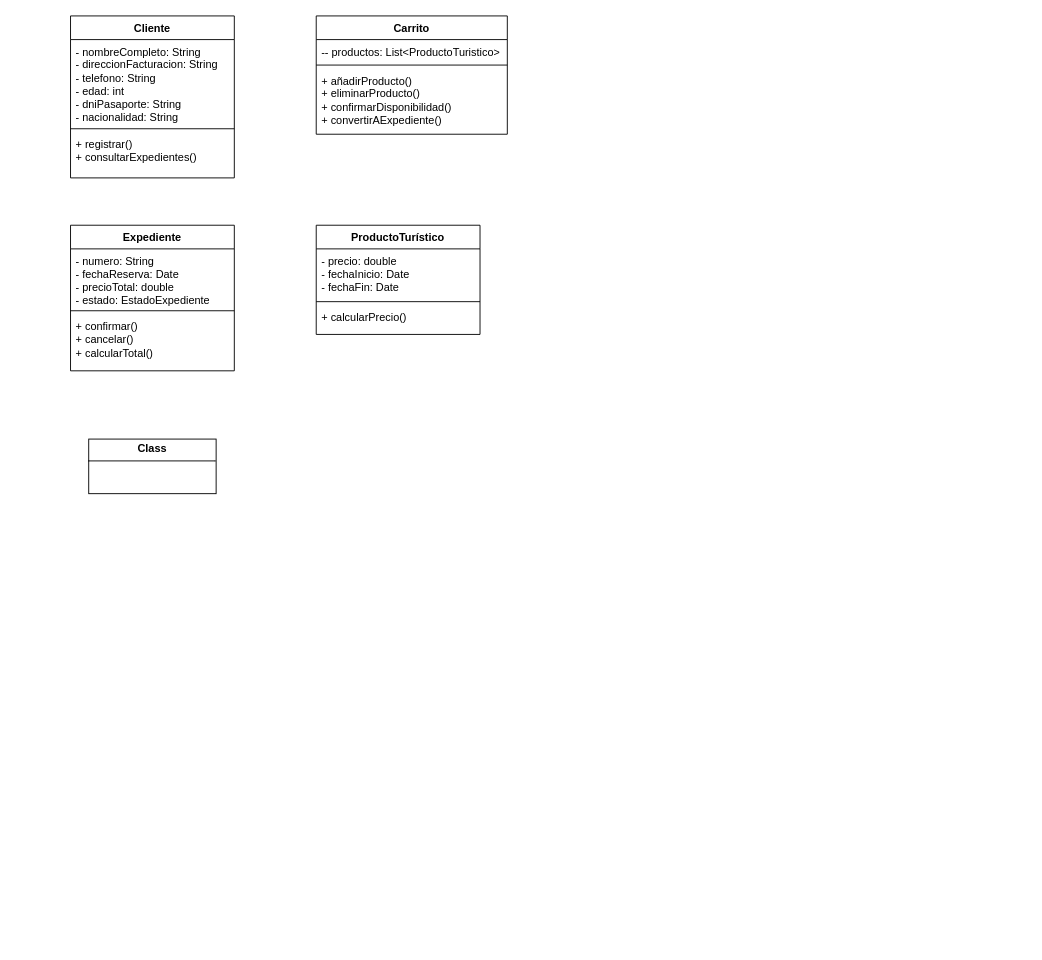
Earlier version of the draw.io diagram DiagramaClase.drawio (JavierIbarra25/Diseno-Orientado-a-Objetos). Source tidied: cells renumbered, new cells numbered last; positions are measured from the earlier drawing's top-left corner, leaving out a move shared by most shapes. Both pictures are drawn from the tidied source at 91%, with x=0, y=0 at pixel (70, 15).
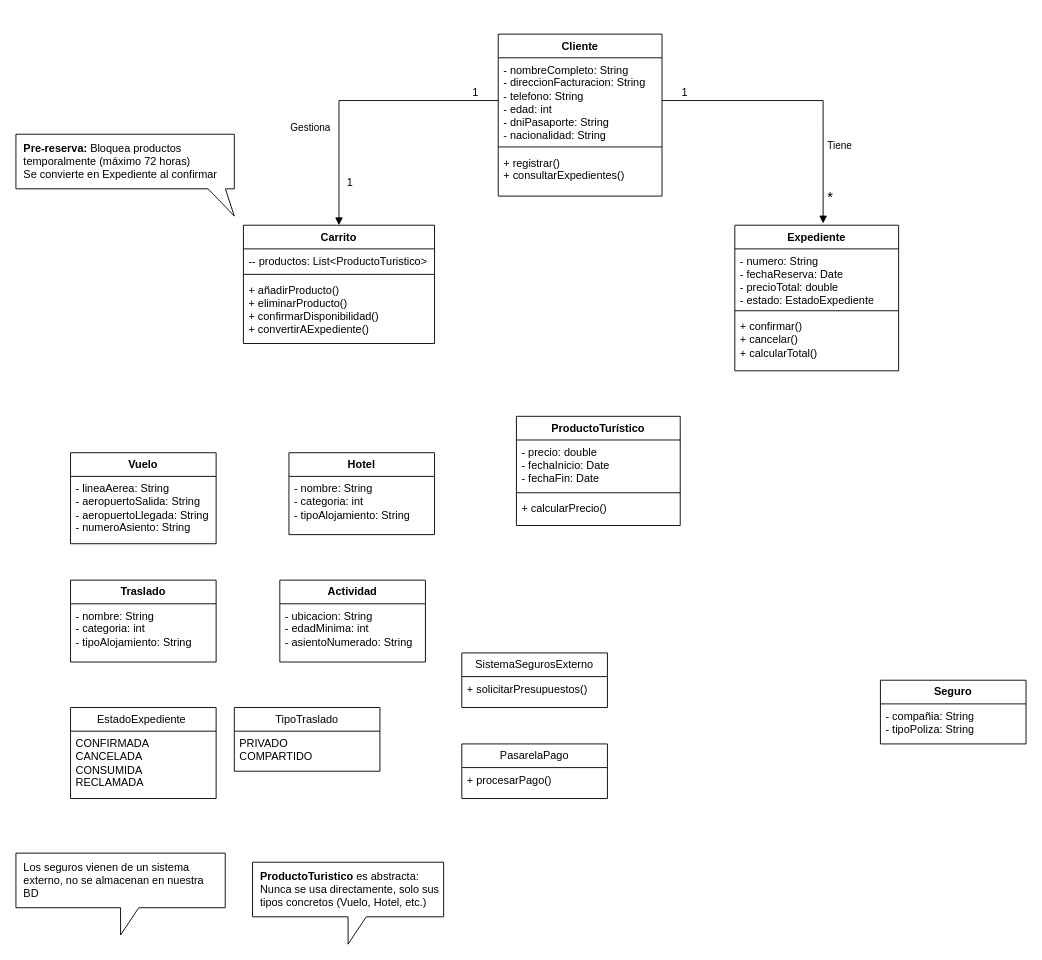
After the change.

The change refers to these unchanged cells:
```xml
<mxCell id="3" value="&lt;div&gt;- nombreCompleto: String&lt;/div&gt;&lt;div&gt;- direccionFacturacion: String&lt;/div&gt;&lt;div&gt;&lt;span style=&quot;background-color: transparent; color: light-dark(rgb(0, 0, 0), rgb(255, 255, 255));&quot;&gt;- telefono: String&lt;/span&gt;&lt;/div&gt;&lt;div&gt;- edad: int&lt;/div&gt;&lt;div&gt;&lt;span style=&quot;background-color: transparent; color: light-dark(rgb(0, 0, 0), rgb(255, 255, 255));&quot;&gt;- dniPasaporte: String&lt;/span&gt;&lt;/div&gt;&lt;div&gt;- nacionalidad: String&lt;br&gt;&lt;/div&gt;" style="text;strokeColor=none;fillColor=none;align=left;verticalAlign=top;spacingLeft=4;spacingRight=4;overflow=hidden;points=[[0,0.5],[1,0.5]];portConstraint=eastwest;whiteSpace=wrap;html=1;" parent="2" vertex="1">
  <mxGeometry y="26" width="180" height="94" as="geometry" />
</mxCell>
```

Change to the diagram source:
```diff
@@
     <mxCell id="2" value="Cliente" style="swimlane;fontStyle=1;align=center;verticalAlign=top;horizontal=1;startSize=26;whiteSpace=wrap;html=1;" parent="1" vertex="1">
-      <mxGeometry width="180" height="178" as="geometry" />
+      <mxGeometry x="470" y="20" width="180" height="178" as="geometry" />
     </mxCell>
@@
     <mxCell id="6" value="Carrito" style="swimlane;fontStyle=1;align=center;verticalAlign=top;horizontal=1;startSize=26;whiteSpace=wrap;html=1;" parent="1" vertex="1">
-      <mxGeometry x="270" width="210" height="130" as="geometry" />
+      <mxGeometry x="190" y="230" width="210" height="130" as="geometry" />
     </mxCell>
@@
     <mxCell id="10" value="Expediente" style="swimlane;fontStyle=1;align=center;verticalAlign=top;horizontal=1;startSize=26;whiteSpace=wrap;html=1;" parent="1" vertex="1">
-      <mxGeometry y="230" width="180" height="160" as="geometry" />
+      <mxGeometry x="730" y="230" width="180" height="160" as="geometry" />
     </mxCell>
@@
     <mxCell id="14" value="ProductoTurístico" style="swimlane;fontStyle=1;align=center;verticalAlign=top;horizontal=1;startSize=26;whiteSpace=wrap;html=1;" parent="1" vertex="1">
-      <mxGeometry x="270" y="230" width="180" height="120" as="geometry" />
+      <mxGeometry x="490" y="440" width="180" height="120" as="geometry" />
     </mxCell>
@@
-    <mxCell id="18" value="&lt;p style=&quot;margin:0px;margin-top:4px;text-align:center;&quot;&gt;&lt;b&gt;Class&lt;/b&gt;&lt;/p&gt;&lt;hr size=&quot;1&quot; style=&quot;border-style:solid;&quot;/&gt;&lt;div style=&quot;height:2px;&quot;&gt;&lt;/div&gt;" style="verticalAlign=top;align=left;overflow=fill;html=1;whiteSpace=wrap;" parent="1" vertex="1">
-      <mxGeometry x="20" y="465" width="140" height="60" as="geometry" />
-    </mxCell>
+    <mxCell id="19" value="&lt;b style=&quot;text-align: left;&quot;&gt;Vuelo&lt;/b&gt;" style="swimlane;fontStyle=0;horizontal=1;startSize=26;fillColor=none;whiteSpace=wrap;html=1;" parent="1" vertex="1">
+      <mxGeometry y="480" width="160" height="100" as="geometry" />
+    </mxCell>
+    <mxCell id="20" value="&lt;div&gt;- lineaAerea: String&lt;/div&gt;&lt;div&gt;- aeropuertoSalida: String&lt;/div&gt;&lt;div&gt;&lt;span style=&quot;background-color: transparent; color: light-dark(rgb(0, 0, 0), rgb(255, 255, 255));&quot;&gt;- aeropuertoLlegada: String&lt;/span&gt;&lt;/div&gt;&lt;div&gt;- numeroAsiento: String&lt;/div&gt;" style="text;strokeColor=none;fillColor=none;align=left;verticalAlign=top;spacingLeft=4;spacingRight=4;overflow=hidden;whiteSpace=wrap;html=1;" parent="19" vertex="1">
+      <mxGeometry y="26" width="160" height="74" as="geometry" />
+    </mxCell>
+    <mxCell id="21" value="&lt;div style=&quot;text-align: left;&quot;&gt;&lt;span style=&quot;background-color: transparent;&quot;&gt;&lt;b&gt;Hotel&lt;/b&gt;&lt;/span&gt;&lt;/div&gt;" style="swimlane;fontStyle=0;horizontal=1;startSize=26;fillColor=none;whiteSpace=wrap;html=1;" parent="1" vertex="1">
+      <mxGeometry x="240" y="480" width="160" height="90" as="geometry" />
+    </mxCell>
+    <mxCell id="22" value="&lt;div&gt;- nombre: String&lt;/div&gt;&lt;div&gt;- categoria: int&lt;/div&gt;&lt;div&gt;- tipoAlojamiento: String&lt;/div&gt;" style="text;strokeColor=none;fillColor=none;align=left;verticalAlign=top;spacingLeft=4;spacingRight=4;overflow=hidden;whiteSpace=wrap;html=1;" parent="21" vertex="1">
+      <mxGeometry y="26" width="160" height="64" as="geometry" />
+    </mxCell>
+    <mxCell id="23" value="&lt;div style=&quot;text-align: left;&quot;&gt;&lt;b&gt;Traslado&lt;/b&gt;&lt;/div&gt;" style="swimlane;fontStyle=0;horizontal=1;startSize=26;fillColor=none;whiteSpace=wrap;html=1;" parent="1" vertex="1">
+      <mxGeometry y="620" width="160" height="90" as="geometry" />
+    </mxCell>
+    <mxCell id="24" value="&lt;div&gt;- nombre: String&lt;/div&gt;&lt;div&gt;- categoria: int&lt;/div&gt;&lt;div&gt;- tipoAlojamiento: String&lt;/div&gt;" style="text;strokeColor=none;fillColor=none;align=left;verticalAlign=top;spacingLeft=4;spacingRight=4;overflow=hidden;whiteSpace=wrap;html=1;" parent="23" vertex="1">
+      <mxGeometry y="26" width="160" height="64" as="geometry" />
+    </mxCell>
+    <mxCell id="25" value="&lt;div style=&quot;text-align: left;&quot;&gt;&lt;b&gt;Actividad&lt;/b&gt;&lt;/div&gt;" style="swimlane;fontStyle=0;horizontal=1;startSize=26;fillColor=none;whiteSpace=wrap;html=1;" parent="1" vertex="1">
+      <mxGeometry x="230" y="620" width="160" height="90" as="geometry" />
+    </mxCell>
+    <mxCell id="26" value="&lt;div&gt;- ubicacion: String&lt;/div&gt;&lt;div&gt;- edadMinima: int&lt;/div&gt;&lt;div&gt;- asientoNumerado: String&lt;/div&gt;" style="text;strokeColor=none;fillColor=none;align=left;verticalAlign=top;spacingLeft=4;spacingRight=4;overflow=hidden;whiteSpace=wrap;html=1;" parent="25" vertex="1">
+      <mxGeometry y="26" width="160" height="64" as="geometry" />
+    </mxCell>
+    <mxCell id="27" value="&lt;div style=&quot;text-align: left;&quot;&gt;&lt;b&gt;Seguro&lt;/b&gt;&lt;/div&gt;" style="swimlane;fontStyle=0;horizontal=1;startSize=26;fillColor=none;whiteSpace=wrap;html=1;" parent="1" vertex="1">
+      <mxGeometry x="890" y="730" width="160" height="70" as="geometry" />
+    </mxCell>
+    <mxCell id="28" value="&lt;div&gt;- compañia: String&lt;/div&gt;&lt;div&gt;- tipoPoliza: String&lt;/div&gt;" style="text;strokeColor=none;fillColor=none;align=left;verticalAlign=top;spacingLeft=4;spacingRight=4;overflow=hidden;whiteSpace=wrap;html=1;" parent="27" vertex="1">
+      <mxGeometry y="26" width="160" height="44" as="geometry" />
+    </mxCell>
+    <mxCell id="29" value="&lt;div style=&quot;text-align: left;&quot;&gt;EstadoExpediente&amp;nbsp;&lt;/div&gt;" style="swimlane;fontStyle=0;horizontal=1;startSize=26;fillColor=none;whiteSpace=wrap;html=1;" parent="1" vertex="1">
+      <mxGeometry y="760" width="160" height="100" as="geometry" />
+    </mxCell>
+    <mxCell id="30" value="&lt;div&gt;CONFIRMADA&lt;/div&gt;&lt;div&gt;CANCELADA&lt;/div&gt;&lt;div&gt;CONSUMIDA&lt;/div&gt;&lt;div&gt;RECLAMADA&lt;/div&gt;" style="text;strokeColor=none;fillColor=none;align=left;verticalAlign=top;spacingLeft=4;spacingRight=4;overflow=hidden;whiteSpace=wrap;html=1;" parent="29" vertex="1">
+      <mxGeometry y="26" width="160" height="74" as="geometry" />
+    </mxCell>
+    <mxCell id="31" value="&lt;div style=&quot;text-align: left;&quot;&gt;TipoTraslado&lt;/div&gt;" style="swimlane;fontStyle=0;horizontal=1;startSize=26;fillColor=none;whiteSpace=wrap;html=1;" parent="1" vertex="1">
+      <mxGeometry x="180" y="760" width="160" height="70" as="geometry" />
+    </mxCell>
+    <mxCell id="32" value="&lt;div&gt;PRIVADO&lt;/div&gt;&lt;div&gt;COMPARTIDO&lt;/div&gt;" style="text;strokeColor=none;fillColor=none;align=left;verticalAlign=top;spacingLeft=4;spacingRight=4;overflow=hidden;whiteSpace=wrap;html=1;" parent="31" vertex="1">
+      <mxGeometry y="26" width="160" height="44" as="geometry" />
+    </mxCell>
+    <mxCell id="33" value="&lt;div style=&quot;text-align: left;&quot;&gt;PasarelaPago&lt;/div&gt;" style="swimlane;fontStyle=0;horizontal=1;startSize=26;fillColor=none;whiteSpace=wrap;html=1;" parent="1" vertex="1">
+      <mxGeometry x="430" y="800" width="160" height="60" as="geometry" />
+    </mxCell>
+    <mxCell id="34" value="+ procesarPago()" style="text;strokeColor=none;fillColor=none;align=left;verticalAlign=top;spacingLeft=4;spacingRight=4;overflow=hidden;whiteSpace=wrap;html=1;" parent="33" vertex="1">
+      <mxGeometry y="26" width="160" height="34" as="geometry" />
+    </mxCell>
+    <mxCell id="35" value="&lt;div style=&quot;text-align: left;&quot;&gt;SistemaSegurosExterno&lt;/div&gt;" style="swimlane;fontStyle=0;horizontal=1;startSize=26;fillColor=none;whiteSpace=wrap;html=1;" parent="1" vertex="1">
+      <mxGeometry x="430" y="700" width="160" height="60" as="geometry" />
+    </mxCell>
+    <mxCell id="36" value="+ solicitarPresupuestos()" style="text;strokeColor=none;fillColor=none;align=left;verticalAlign=top;spacingLeft=4;spacingRight=4;overflow=hidden;whiteSpace=wrap;html=1;" parent="35" vertex="1">
+      <mxGeometry y="26" width="160" height="34" as="geometry" />
+    </mxCell>
+    <mxCell id="37" value="&lt;div&gt;&lt;b&gt;&amp;nbsp; ProductoTuristico &lt;/b&gt;es abstracta:&lt;/div&gt;&lt;div&gt;&amp;nbsp; Nunca se usa directamente,&amp;nbsp;&lt;span style=&quot;background-color: transparent; color: light-dark(rgb(0, 0, 0), rgb(255, 255, 255));&quot;&gt;solo sus&amp;nbsp; &amp;nbsp; tipos concretos&amp;nbsp;&lt;/span&gt;&lt;span style=&quot;background-color: transparent; color: light-dark(rgb(0, 0, 0), rgb(255, 255, 255));&quot;&gt;(Vuelo, Hotel, etc.)&lt;/span&gt;&lt;/div&gt;" style="shape=callout;whiteSpace=wrap;html=1;perimeter=calloutPerimeter;align=left;" parent="1" vertex="1">
+      <mxGeometry x="200" y="930" width="210" height="90" as="geometry" />
+    </mxCell>
+    <mxCell id="38" value="&lt;div&gt;&amp;nbsp; Los seguros vienen de un&amp;nbsp;&lt;span style=&quot;background-color: transparent; color: light-dark(rgb(0, 0, 0), rgb(255, 255, 255));&quot;&gt;sistema&amp;nbsp; &amp;nbsp; &amp;nbsp; &amp;nbsp; &amp;nbsp; &amp;nbsp; &amp;nbsp; externo, no se&amp;nbsp;&lt;/span&gt;&lt;span style=&quot;background-color: transparent; color: light-dark(rgb(0, 0, 0), rgb(255, 255, 255));&quot;&gt;almacenan en nuestra&amp;nbsp; &amp;nbsp; &amp;nbsp; &amp;nbsp; BD&lt;/span&gt;&lt;/div&gt;" style="shape=callout;whiteSpace=wrap;html=1;perimeter=calloutPerimeter;align=left;" parent="1" vertex="1">
+      <mxGeometry x="-60" y="920" width="230" height="90" as="geometry" />
+    </mxCell>
+    <mxCell id="39" value="&lt;div&gt;&lt;b&gt;&amp;nbsp; Pre-reserva:&amp;nbsp;&lt;/b&gt;&lt;span style=&quot;background-color: transparent; color: light-dark(rgb(0, 0, 0), rgb(255, 255, 255));&quot;&gt;Bloquea productos&amp;nbsp; &amp;nbsp; &amp;nbsp; &amp;nbsp; &amp;nbsp; &amp;nbsp; &amp;nbsp; &amp;nbsp; &amp;nbsp; &amp;nbsp; temporalmente&amp;nbsp;&lt;/span&gt;&lt;span style=&quot;background-color: transparent; color: light-dark(rgb(0, 0, 0), rgb(255, 255, 255));&quot;&gt;(máximo 72 horas)&lt;/span&gt;&lt;/div&gt;&lt;div&gt;&amp;nbsp; Se convierte en Expediente&amp;nbsp;&lt;span style=&quot;background-color: transparent; color: light-dark(rgb(0, 0, 0), rgb(255, 255, 255));&quot;&gt;al confirmar&lt;/span&gt;&lt;/div&gt;" style="shape=callout;whiteSpace=wrap;html=1;perimeter=calloutPerimeter;align=left;position2=1;base=19;size=30;position=0.88;" parent="1" vertex="1">
+      <mxGeometry x="-60" y="130" width="240" height="90" as="geometry" />
+    </mxCell>
+    <mxCell id="40" value="Tiene" style="endArrow=block;endFill=1;html=1;edgeStyle=orthogonalEdgeStyle;align=left;verticalAlign=top;rounded=0;exitX=1;exitY=0.5;exitDx=0;exitDy=0;entryX=0.539;entryY=-0.012;entryDx=0;entryDy=0;entryPerimeter=0;" parent="1" edge="1" source="3" target="10">
+      <mxGeometry x="0.37" y="3" relative="1" as="geometry" />
+    </mxCell>
+    <mxCell id="41" value="&lt;font style=&quot;font-size: 12px;&quot;&gt;1&lt;/font&gt;" style="edgeLabel;html=1;align=left;verticalAlign=bottom;" parent="40" vertex="1">
+      <mxGeometry x="-1" relative="1" as="geometry">
+        <mxPoint x="20" as="offset" />
+      </mxGeometry>
+    </mxCell>
+    <mxCell id="42" value="&lt;font style=&quot;font-size: 16px;&quot;&gt;*&lt;/font&gt;" style="edgeLabel;html=1;align=left;verticalAlign=bottom;" parent="1" vertex="1">
+      <mxGeometry x="830" y="210" as="geometry" />
+    </mxCell>
+    <mxCell id="43" value="Gestiona" style="endArrow=block;endFill=1;html=1;edgeStyle=orthogonalEdgeStyle;align=left;verticalAlign=top;rounded=0;exitX=0;exitY=0.5;exitDx=0;exitDy=0;entryX=0.5;entryY=0;entryDx=0;entryDy=0;" parent="1" edge="1" source="3" target="6">
+      <mxGeometry x="0.23" y="-55" relative="1" as="geometry" />
+    </mxCell>
+    <mxCell id="44" value="&lt;font style=&quot;font-size: 12px;&quot;&gt;1&lt;/font&gt;" style="edgeLabel;html=1;align=left;verticalAlign=bottom;" parent="43" vertex="1">
+      <mxGeometry x="-1" relative="1" as="geometry">
+        <mxPoint x="-30" as="offset" />
+      </mxGeometry>
+    </mxCell>
+    <mxCell id="45" value="&lt;font style=&quot;font-size: 12px;&quot;&gt;1&lt;/font&gt;" style="edgeLabel;html=1;align=left;verticalAlign=bottom;" parent="1" vertex="1">
+      <mxGeometry x="460" y="113" as="geometry">
+        <mxPoint x="-158" y="78" as="offset" />
+      </mxGeometry>
+    </mxCell>
```
